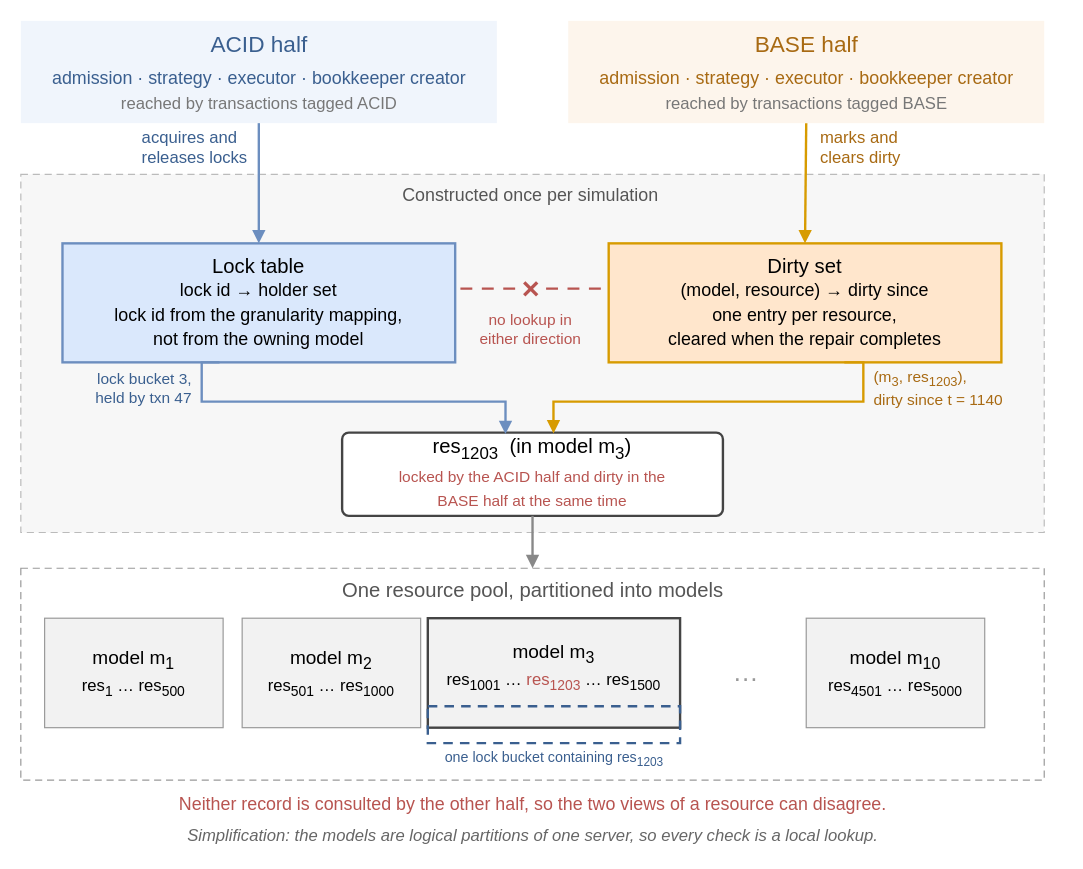
Earlier version of the draw.io diagram figures/fig-hybrid-resources.drawio (mililika/bachelor-thesis-tum-acid-base-adaptivity). Source tidied: cells renumbered, new cells numbered last; positions are measured from the earlier drawing's top-left corner, leaving out a move shared by most shapes. Both pictures are drawn from the tidied source at 119%, with x=0, y=0 at pixel (20, 20).
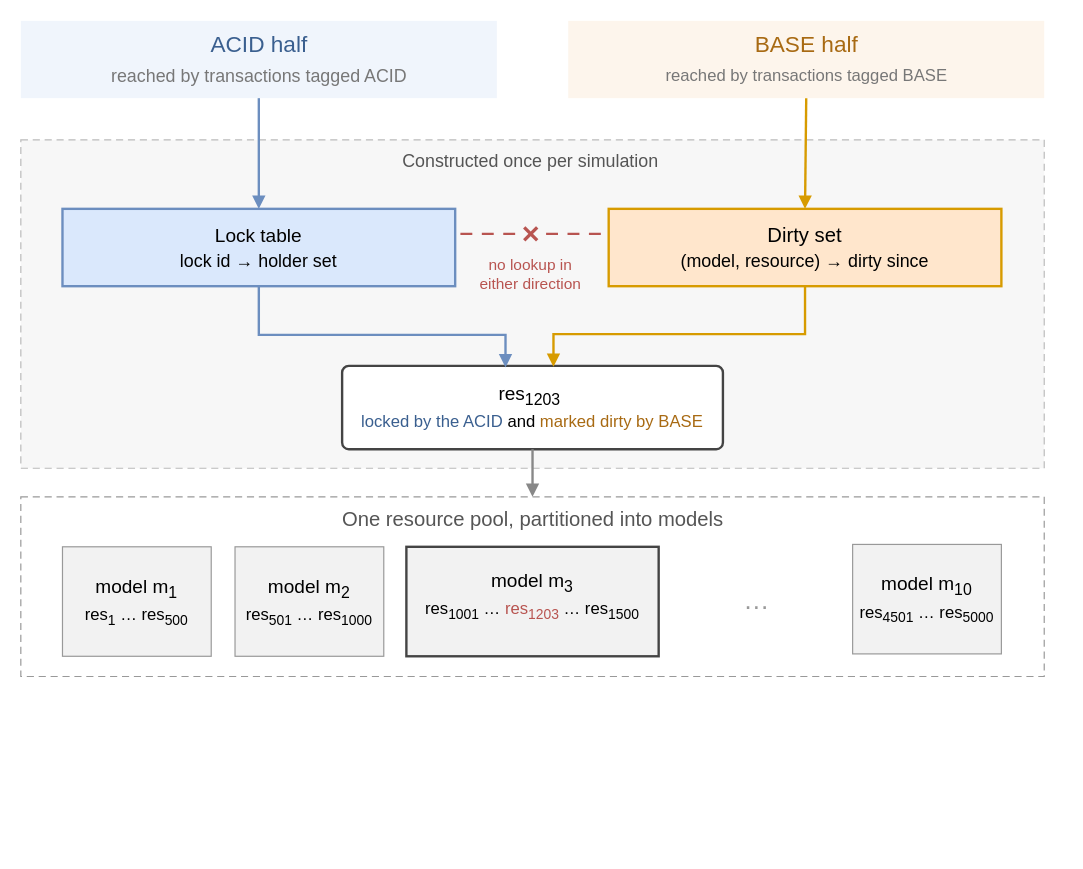
The same diagram, later.

Diff of the diagram source:
```diff
@@
     <mxCell id="2" style="rounded=0;whiteSpace=wrap;html=1;fillColor=#f0f5fc;strokeColor=none;" parent="1" vertex="1">
-      <mxGeometry width="400" height="86" as="geometry" />
+      <mxGeometry width="400" height="65" as="geometry" />
     </mxCell>
     <mxCell id="3" style="rounded=0;whiteSpace=wrap;html=1;fillColor=#fdf5ec;strokeColor=none;" parent="1" vertex="1">
-      <mxGeometry x="460" width="400" height="86" as="geometry" />
+      <mxGeometry x="460" width="400" height="65" as="geometry" />
     </mxCell>
@@
-    <mxCell id="6" value="admission · strategy · executor · bookkeeper creator" style="text;html=1;align=center;verticalAlign=middle;fontSize=15;fontFamily=Helvetica;fontColor=#3a5f8f;" parent="1" vertex="1">
-      <mxGeometry y="36" width="400" height="24" as="geometry" />
-    </mxCell>
-    <mxCell id="7" value="admission · strategy · executor · bookkeeper creator" style="text;html=1;align=center;verticalAlign=middle;fontSize=15;fontFamily=Helvetica;fontColor=#a86a13;" parent="1" vertex="1">
-      <mxGeometry x="460" y="36" width="400" height="24" as="geometry" />
-    </mxCell>
-    <mxCell id="8" value="reached by transactions tagged ACID" style="text;html=1;align=center;verticalAlign=middle;fontSize=14;fontFamily=Helvetica;fontColor=#777777;" parent="1" vertex="1">
-      <mxGeometry y="60" width="400" height="20" as="geometry" />
+    <mxCell id="8" value="reached by transactions tagged ACID" style="text;html=1;align=center;verticalAlign=middle;fontSize=15;fontFamily=Helvetica;fontColor=#777777;" parent="1" vertex="1">
+      <mxGeometry y="36" width="400" height="20" as="geometry" />
     </mxCell>
     <mxCell id="9" value="reached by transactions tagged BASE" style="text;html=1;align=center;verticalAlign=middle;fontSize=14;fontFamily=Helvetica;fontColor=#777777;" parent="1" vertex="1">
-      <mxGeometry x="460" y="60" width="400" height="20" as="geometry" />
+      <mxGeometry x="460" y="36" width="400" height="20" as="geometry" />
     </mxCell>
     <mxCell id="10" style="rounded=0;whiteSpace=wrap;html=1;fillColor=#f7f7f7;strokeColor=#bbbbbb;dashed=1;dashPattern=6 4;" parent="1" vertex="1">
-      <mxGeometry y="129" width="860" height="301" as="geometry" />
+      <mxGeometry y="100" width="860" height="276" as="geometry" />
     </mxCell>
     <mxCell id="11" value="Constructed once per simulation" style="text;html=1;align=center;verticalAlign=middle;fontSize=15;fontFamily=Helvetica;fontColor=#555555;" parent="1" vertex="1">
-      <mxGeometry x="197" y="129" width="462" height="34" as="geometry" />
+      <mxGeometry x="197" y="100" width="462" height="34" as="geometry" />
     </mxCell>
-    <mxCell id="12" value="&lt;span&gt;Lock table&lt;/span&gt;&lt;br&gt;&lt;font style=&quot;font-size:15px&quot;&gt;lock id → holder set&lt;br&gt;lock id from the granularity mapping,&lt;br&gt;not from the owning model&lt;/font&gt;" style="rounded=0;whiteSpace=wrap;html=1;fillColor=#dae8fc;strokeColor=#6c8ebf;strokeWidth=2;fontFamily=Helvetica;fontSize=17;verticalAlign=middle;fontStyle=0;" parent="1" vertex="1">
-      <mxGeometry x="35" y="187" width="330" height="100" as="geometry" />
+    <mxCell id="12" value="&lt;font style=&quot;font-size: 16px;&quot;&gt;&lt;span&gt;Lock table&lt;/span&gt;&lt;br&gt;&lt;/font&gt;&lt;font style=&quot;font-size:15px&quot;&gt;lock id → holder set&lt;/font&gt;" style="rounded=0;whiteSpace=wrap;html=1;fillColor=#dae8fc;strokeColor=#6c8ebf;strokeWidth=2;fontFamily=Helvetica;fontSize=17;verticalAlign=middle;fontStyle=0;" parent="1" vertex="1">
+      <mxGeometry x="35" y="158" width="330" height="65" as="geometry" />
     </mxCell>
-    <mxCell id="13" value="&lt;span&gt;Dirty set&lt;/span&gt;&lt;br&gt;&lt;font style=&quot;font-size:15px&quot;&gt;(model, resource) → dirty since&lt;br&gt;one entry per resource,&lt;br&gt;cleared when the repair completes&lt;/font&gt;" style="rounded=0;whiteSpace=wrap;html=1;fillColor=#ffe6cc;strokeColor=#d79b00;strokeWidth=2;fontFamily=Helvetica;fontSize=17;verticalAlign=middle;fontStyle=0;" parent="1" vertex="1">
-      <mxGeometry x="494" y="187" width="330" height="100" as="geometry" />
+    <mxCell id="13" value="&lt;span&gt;Dirty set&lt;/span&gt;&lt;br&gt;&lt;font style=&quot;font-size:15px&quot;&gt;(model, resource) → dirty since&lt;br&gt;&lt;/font&gt;" style="rounded=0;whiteSpace=wrap;html=1;fillColor=#ffe6cc;strokeColor=#d79b00;strokeWidth=2;fontFamily=Helvetica;fontSize=17;verticalAlign=middle;fontStyle=0;" parent="1" vertex="1">
+      <mxGeometry x="494" y="158" width="330" height="65" as="geometry" />
     </mxCell>
@@
-    <mxCell id="15" value="acquires and&amp;nbsp;&lt;div&gt;releases locks&lt;/div&gt;" style="text;html=1;align=left;verticalAlign=middle;fontSize=14;fontFamily=Helvetica;fontColor=#3a5f8f;" parent="1" vertex="1">
-      <mxGeometry x="100" y="96" width="90" height="20" as="geometry" />
-    </mxCell>
-    <mxCell id="16" style="rounded=0;html=1;strokeColor=#d79b00;strokeWidth=2;endArrow=block;endFill=1;entryX=0.5;entryY=0;entryDx=0;entryDy=0;" parent="1" edge="1" target="13">
-      <mxGeometry relative="1" as="geometry">
-        <mxPoint x="660" y="86" as="sourcePoint" />
-      </mxGeometry>
+    <mxCell id="16" style="rounded=0;html=1;strokeColor=#d79b00;strokeWidth=2;endArrow=block;endFill=1;entryX=0.5;entryY=0;entryDx=0;entryDy=0;exitX=0.5;exitY=1;exitDx=0;exitDy=0;" parent="1" edge="1" source="3" target="13">
+      <mxGeometry relative="1" as="geometry" />
     </mxCell>
-    <mxCell id="17" value="marks and&amp;nbsp;&lt;div&gt;clears dirty&lt;/div&gt;" style="text;html=1;align=left;verticalAlign=middle;fontSize=14;fontFamily=Helvetica;fontColor=#a86a13;" parent="1" vertex="1">
-      <mxGeometry x="670" y="96" width="74" height="20" as="geometry" />
-    </mxCell>
     <mxCell id="18" style="endArrow=none;startArrow=none;html=1;strokeColor=#b85450;strokeWidth=2;dashed=1;dashPattern=5 4;" parent="1" edge="1">
       <mxGeometry relative="1" as="geometry">
-        <mxPoint x="369.4" y="225" as="sourcePoint" />
-        <mxPoint x="491.1" y="225" as="targetPoint" />
+        <mxPoint x="369.4" y="179" as="sourcePoint" />
+        <mxPoint x="491.1" y="179" as="targetPoint" />
       </mxGeometry>
     </mxCell>
     <mxCell id="19" value="✕" style="text;html=1;align=center;verticalAlign=middle;fontSize=20;fontFamily=Helvetica;fontColor=#b85450;fontStyle=1;labelBackgroundColor=#f7f7f7;" parent="1" vertex="1">
-      <mxGeometry x="413" y="213" width="30" height="24" as="geometry" />
+      <mxGeometry x="413" y="167" width="30" height="24" as="geometry" />
     </mxCell>
     <mxCell id="20" value="no lookup in&lt;div&gt;either direction&lt;/div&gt;" style="text;html=1;align=center;verticalAlign=top;fontSize=13;fontFamily=Helvetica;fontColor=#b85450;" parent="1" vertex="1">
-      <mxGeometry x="348" y="237" width="160" height="36" as="geometry" />
+      <mxGeometry x="348" y="191" width="160" height="36" as="geometry" />
     </mxCell>
-    <mxCell id="21" value="&lt;span&gt;res&lt;sub&gt;1203&lt;/sub&gt;&amp;nbsp; (in model m&lt;sub&gt;3&lt;/sub&gt;)&lt;/span&gt;&lt;br&gt;&lt;font style=&quot;font-size:13px&quot; color=&quot;#b85450&quot;&gt;locked by the ACID half and dirty in the&lt;br&gt;BASE half at the same time&lt;/font&gt;" style="rounded=1;arcSize=8;whiteSpace=wrap;html=1;fillColor=#ffffff;strokeColor=#444444;strokeWidth=2;fontFamily=Helvetica;fontSize=17;verticalAlign=middle;fontStyle=0;" parent="1" vertex="1">
-      <mxGeometry x="270" y="346" width="320" height="70" as="geometry" />
+    <mxCell id="21" value="&lt;font style=&quot;font-size: 16px;&quot;&gt;res&lt;sub style=&quot;&quot;&gt;1203&lt;/sub&gt;&amp;nbsp;&lt;br&gt;&lt;/font&gt;&lt;font style=&quot;font-size: 14px;&quot;&gt;&lt;font style=&quot;color: rgb(58, 95, 143);&quot;&gt;locked by the ACID&lt;/font&gt;&lt;font style=&quot;color: rgb(58, 95, 143);&quot;&gt;&amp;nbsp;&lt;/font&gt;&lt;span style=&quot;background-color: transparent; color: rgb(0, 0, 0);&quot;&gt;and&lt;/span&gt;&lt;span style=&quot;color: rgb(168, 106, 19); background-color: transparent;&quot;&gt; marked dirty by BASE&lt;/span&gt;&lt;/font&gt;" style="rounded=1;arcSize=8;whiteSpace=wrap;html=1;fillColor=#ffffff;strokeColor=#444444;strokeWidth=2;fontFamily=Helvetica;fontSize=17;verticalAlign=middle;fontStyle=0;" parent="1" vertex="1">
+      <mxGeometry x="270" y="290" width="320" height="70" as="geometry" />
     </mxCell>
-    <mxCell id="22" style="edgeStyle=orthogonalEdgeStyle;rounded=0;html=1;strokeColor=#6c8ebf;strokeWidth=2;endArrow=block;endFill=1;exitX=0.4;exitY=1;exitDx=0;exitDy=0;entryX=0.429;entryY=0.018;entryDx=0;entryDy=0;entryPerimeter=0;" parent="1" edge="1" source="12" target="21">
+    <mxCell id="22" style="edgeStyle=orthogonalEdgeStyle;rounded=0;html=1;strokeColor=#6c8ebf;strokeWidth=2;endArrow=block;endFill=1;exitX=0.5;exitY=1;exitDx=0;exitDy=0;entryX=0.429;entryY=0.018;entryDx=0;entryDy=0;entryPerimeter=0;" parent="1" edge="1" source="12" target="21">
       <mxGeometry relative="1" as="geometry">
         <Array as="points">
-          <mxPoint x="152" y="320" />
-          <mxPoint x="407.3" y="320" />
+          <mxPoint x="200" y="263.9" />
+          <mxPoint x="407.3" y="263.9" />
         </Array>
       </mxGeometry>
     </mxCell>
-    <mxCell id="23" style="edgeStyle=orthogonalEdgeStyle;rounded=0;html=1;strokeColor=#d79b00;strokeWidth=2;endArrow=block;endFill=1;exitX=0.6;exitY=1;exitDx=0;exitDy=0;entryX=0.555;entryY=0.011;entryDx=0;entryDy=0;entryPerimeter=0;" parent="1" edge="1" source="13" target="21">
+    <mxCell id="23" style="edgeStyle=orthogonalEdgeStyle;rounded=0;html=1;strokeColor=#d79b00;strokeWidth=2;endArrow=block;endFill=1;exitX=0.5;exitY=1;exitDx=0;exitDy=0;entryX=0.555;entryY=0.011;entryDx=0;entryDy=0;entryPerimeter=0;" parent="1" edge="1" source="13" target="21">
       <mxGeometry relative="1" as="geometry">
         <Array as="points">
-          <mxPoint x="708" y="320" />
-          <mxPoint x="447.6" y="320" />
+          <mxPoint x="659" y="263.3" />
+          <mxPoint x="447.6" y="263.3" />
         </Array>
       </mxGeometry>
     </mxCell>
-    <mxCell id="24" value="lock bucket 3,&lt;div&gt;held by txn 47&lt;/div&gt;" style="text;html=1;align=right;verticalAlign=middle;fontSize=13;fontFamily=Helvetica;fontColor=#3a5f8f;" parent="1" vertex="1">
-      <mxGeometry y="292" width="145" height="34" as="geometry" />
-    </mxCell>
-    <mxCell id="25" value="(m&lt;sub&gt;3&lt;/sub&gt;, res&lt;sub&gt;1203&lt;/sub&gt;),&lt;div&gt;dirty since t = 1140&lt;/div&gt;" style="text;html=1;align=left;verticalAlign=middle;fontSize=13;fontFamily=Helvetica;fontColor=#a86a13;" parent="1" vertex="1">
-      <mxGeometry x="715" y="292" width="160" height="34" as="geometry" />
-    </mxCell>
@@
     <mxCell id="27" style="rounded=0;whiteSpace=wrap;html=1;fillColor=none;strokeColor=#999999;dashed=1;dashPattern=6 4;" parent="1" vertex="1">
-      <mxGeometry y="460" width="860" height="178" as="geometry" />
+      <mxGeometry y="400" width="860" height="151" as="geometry" />
     </mxCell>
     <mxCell id="28" value="&lt;span&gt;One resource pool, partitioned into models&lt;/span&gt;" style="text;html=1;align=center;verticalAlign=middle;fontSize=17;fontFamily=Helvetica;fontColor=#555555;fontStyle=0;" parent="1" vertex="1">
-      <mxGeometry y="468" width="860" height="24" as="geometry" />
+      <mxGeometry y="408" width="860" height="24" as="geometry" />
     </mxCell>
     <mxCell id="29" value="&lt;span&gt;model m&lt;sub&gt;1&lt;/sub&gt;&lt;/span&gt;&lt;br&gt;&lt;font style=&quot;font-size:14px&quot;&gt;res&lt;sub&gt;1&lt;/sub&gt; … res&lt;sub&gt;500&lt;/sub&gt;&lt;/font&gt;" style="rounded=0;whiteSpace=wrap;html=1;fillColor=#f2f2f2;strokeColor=#999999;fontFamily=Helvetica;fontSize=16;verticalAlign=middle;fontStyle=0;" parent="1" vertex="1">
-      <mxGeometry x="20" y="502" width="150" height="92" as="geometry" />
+      <mxGeometry x="35" y="442" width="125" height="92" as="geometry" />
     </mxCell>
     <mxCell id="30" value="&lt;span&gt;model m&lt;sub&gt;2&lt;/sub&gt;&lt;/span&gt;&lt;br&gt;&lt;font style=&quot;font-size:14px&quot;&gt;res&lt;sub&gt;501&lt;/sub&gt; … res&lt;sub&gt;1000&lt;/sub&gt;&lt;/font&gt;" style="rounded=0;whiteSpace=wrap;html=1;fillColor=#f2f2f2;strokeColor=#999999;fontFamily=Helvetica;fontSize=16;verticalAlign=middle;fontStyle=0;" parent="1" vertex="1">
-      <mxGeometry x="186" y="502" width="150" height="92" as="geometry" />
+      <mxGeometry x="180" y="442" width="125" height="92" as="geometry" />
     </mxCell>
     <mxCell id="31" value="&lt;span&gt;model m&lt;sub&gt;3&lt;/sub&gt;&lt;/span&gt;&lt;br&gt;&lt;font style=&quot;font-size:14px&quot;&gt;res&lt;sub&gt;1001&lt;/sub&gt; … &lt;font color=&quot;#b85450&quot;&gt;&lt;span&gt;res&lt;sub&gt;1203&lt;/sub&gt;&lt;/span&gt;&lt;/font&gt; … res&lt;sub&gt;1500&lt;/sub&gt;&lt;/font&gt;" style="rounded=0;whiteSpace=wrap;html=1;fillColor=#f2f2f2;strokeColor=#444444;strokeWidth=2;fontFamily=Helvetica;fontSize=16;verticalAlign=top;spacingTop=12;fontStyle=0;" parent="1" vertex="1">
-      <mxGeometry x="342" y="502" width="212" height="92" as="geometry" />
+      <mxGeometry x="324" y="442" width="212" height="92" as="geometry" />
     </mxCell>
     <mxCell id="32" value="…" style="text;html=1;align=center;verticalAlign=middle;fontSize=22;fontFamily=Helvetica;fontColor=#999999;" parent="1" vertex="1">
-      <mxGeometry x="564" y="502" width="90" height="92" as="geometry" />
+      <mxGeometry x="555" y="442" width="125" height="92" as="geometry" />
     </mxCell>
     <mxCell id="33" value="&lt;span&gt;model m&lt;sub&gt;10&lt;/sub&gt;&lt;/span&gt;&lt;br&gt;&lt;font style=&quot;font-size:14px&quot;&gt;res&lt;sub&gt;4501&lt;/sub&gt; … res&lt;sub&gt;5000&lt;/sub&gt;&lt;/font&gt;" style="rounded=0;whiteSpace=wrap;html=1;fillColor=#f2f2f2;strokeColor=#999999;fontFamily=Helvetica;fontSize=16;verticalAlign=middle;fontStyle=0;" parent="1" vertex="1">
-      <mxGeometry x="660" y="502" width="150" height="92" as="geometry" />
+      <mxGeometry x="699" y="440" width="125" height="92" as="geometry" />
     </mxCell>
-    <mxCell id="34" style="rounded=0;whiteSpace=wrap;html=1;fillColor=none;strokeColor=#3a5f8f;strokeWidth=2;dashed=1;dashPattern=4 3;" parent="1" vertex="1">
-      <mxGeometry x="342" y="576" width="212" height="31" as="geometry" />
-    </mxCell>
-    <mxCell id="35" value="one lock bucket containing res&lt;sub&gt;1203&lt;/sub&gt;" style="text;html=1;align=center;verticalAlign=middle;fontSize=12;fontFamily=Helvetica;fontColor=#3a5f8f;" parent="1" vertex="1">
-      <mxGeometry x="328" y="611" width="240" height="18" as="geometry" />
-    </mxCell>
-    <mxCell id="36" value="&lt;span&gt;Neither record is consulted by the other half, so the two views of a resource can disagree.&lt;/span&gt;" style="text;html=1;align=center;verticalAlign=middle;fontSize=15;fontFamily=Helvetica;fontColor=#b85450;fontStyle=0;" parent="1" vertex="1">
-      <mxGeometry y="646" width="860" height="24" as="geometry" />
-    </mxCell>
-    <mxCell id="37" value="&lt;i&gt;Simplification: the models are logical partitions of one server, so every check is a local lookup.&lt;/i&gt;" style="text;html=1;align=center;verticalAlign=middle;fontSize=14;fontFamily=Helvetica;fontColor=#666666;" parent="1" vertex="1">
-      <mxGeometry y="674" width="860" height="22" as="geometry" />
-    </mxCell>
```
